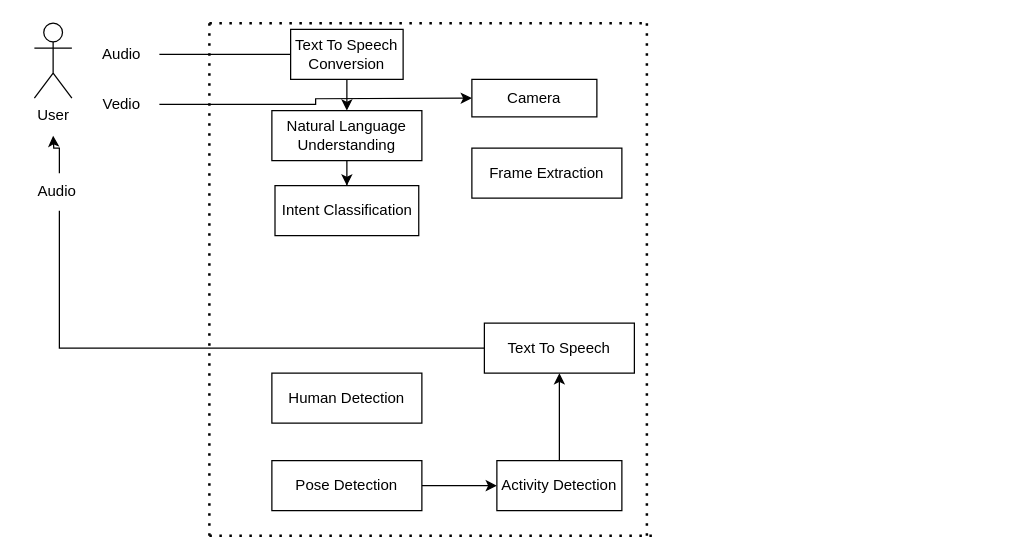
Earlier version of the draw.io diagram Untitled Diagram.drawio (ahmad2001hotmailyahoo/ahmad-arc). Source tidied: cells renumbered, new cells numbered last; positions are measured from the earlier drawing's top-left corner, leaving out a move shared by most shapes. Both pictures are drawn from the tidied source at 125%, with x=0, y=0 at pixel (21, 22).
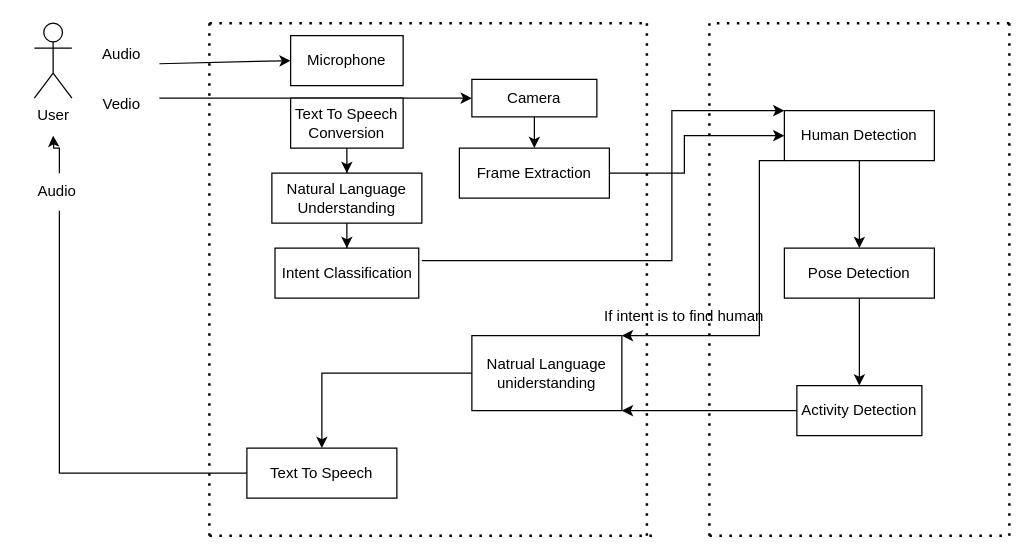
The same page after the edit.

The change refers to these unchanged cells:
```xml
<mxCell id="4" value="Audio" style="text;html=1;strokeColor=none;fillColor=none;align=center;verticalAlign=middle;whiteSpace=wrap;rounded=0;" parent="1" vertex="1">
  <mxGeometry x="50" y="10" width="60" height="30" as="geometry" />
</mxCell>
<mxCell id="6" value="Vedio" style="text;html=1;strokeColor=none;fillColor=none;align=center;verticalAlign=middle;whiteSpace=wrap;rounded=0;" parent="1" vertex="1">
  <mxGeometry x="50" y="50" width="60" height="30" as="geometry" />
</mxCell>
<mxCell id="26" value="Camera&lt;br&gt;" style="rounded=0;whiteSpace=wrap;html=1;" parent="1" vertex="1">
  <mxGeometry x="360" y="45" width="100" height="30" as="geometry" />
</mxCell>
```

The edit, as a diff of the source:
```diff
@@
-    <mxCell id="3" style="edgeStyle=orthogonalEdgeStyle;rounded=0;jettySize=auto;html=1;entryX=0;entryY=0.5;entryDx=0;entryDy=0;" parent="1" edge="1" source="4" target="8">
-      <mxGeometry relative="1" as="geometry">
-        <Array as="points">
-          <mxPoint x="300" y="25" />
-        </Array>
-      </mxGeometry>
-    </mxCell>
@@
     <mxCell id="5" style="edgeStyle=orthogonalEdgeStyle;rounded=0;jettySize=auto;html=1;" parent="1" edge="1" source="6">
       <mxGeometry relative="1" as="geometry">
         <mxPoint x="360" y="60" as="targetPoint" />
+        <Array as="points">
+          <mxPoint x="180" y="60" />
+          <mxPoint x="180" y="60" />
+        </Array>
       </mxGeometry>
     </mxCell>
@@
     <mxCell id="8" value="Text To Speech Conversion" style="rounded=0;whiteSpace=wrap;html=1;" parent="1" vertex="1">
-      <mxGeometry x="215" y="5" width="90" height="40" as="geometry" />
+      <mxGeometry x="215" y="60" width="90" height="40" as="geometry" />
     </mxCell>
     <mxCell id="9" value="Intent Classification" style="whiteSpace=wrap;html=1;" parent="1" vertex="1">
-      <mxGeometry x="202.5" y="130" width="115" height="40" as="geometry" />
+      <mxGeometry x="202.5" y="180" width="115" height="40" as="geometry" />
     </mxCell>
     <mxCell id="10" value="Frame Extraction" style="whiteSpace=wrap;html=1;" parent="1" vertex="1">
-      <mxGeometry x="360" y="100" width="120" height="40" as="geometry" />
+      <mxGeometry x="350" y="100" width="120" height="40" as="geometry" />
     </mxCell>
@@
     <mxCell id="12" value="Natural Language Understanding" style="rounded=0;whiteSpace=wrap;html=1;" parent="1" vertex="1">
-      <mxGeometry x="200" y="70" width="120" height="40" as="geometry" />
+      <mxGeometry x="200" y="120" width="120" height="40" as="geometry" />
     </mxCell>
     <mxCell id="13" value="Human Detection" style="whiteSpace=wrap;html=1;" parent="1" vertex="1">
-      <mxGeometry x="200" y="280" width="120" height="40" as="geometry" />
+      <mxGeometry x="610" y="70" width="120" height="40" as="geometry" />
     </mxCell>
@@
     <mxCell id="15" value="Pose Detection" style="whiteSpace=wrap;html=1;" parent="1" vertex="1">
-      <mxGeometry x="200" y="350" width="120" height="40" as="geometry" />
+      <mxGeometry x="610" y="180" width="120" height="40" as="geometry" />
     </mxCell>
-    <mxCell id="16" style="edgeStyle=orthogonalEdgeStyle;rounded=0;jettySize=auto;html=1;" parent="1" edge="1" source="17" target="19">
+    <mxCell id="16" style="edgeStyle=orthogonalEdgeStyle;rounded=0;jettySize=auto;html=1;exitX=0;exitY=0.5;exitDx=0;exitDy=0;" parent="1" edge="1" source="37" target="19">
       <mxGeometry relative="1" as="geometry" />
     </mxCell>
     <mxCell id="17" value="Activity Detection" style="whiteSpace=wrap;html=1;" parent="1" vertex="1">
-      <mxGeometry x="380" y="350" width="100" height="40" as="geometry" />
+      <mxGeometry x="620" y="290" width="100" height="40" as="geometry" />
     </mxCell>
@@
     <mxCell id="19" value="Text To Speech&lt;br&gt;" style="whiteSpace=wrap;html=1;" parent="1" vertex="1">
-      <mxGeometry x="370" y="240" width="120" height="40" as="geometry" />
+      <mxGeometry x="180" y="340" width="120" height="40" as="geometry" />
     </mxCell>
@@
+    <mxCell id="27" style="endArrow=classic;html=1;rounded=0;exitX=0.5;exitY=1;exitDx=0;exitDy=0;entryX=0.5;entryY=0;entryDx=0;entryDy=0;" parent="1" edge="1" source="26" target="10">
+      <mxGeometry relative="1" as="geometry" />
+    </mxCell>
+    <mxCell id="28" value="Microphone" style="rounded=0;whiteSpace=wrap;html=1;" parent="1" vertex="1">
+      <mxGeometry x="215" y="10" width="90" height="40" as="geometry" />
+    </mxCell>
+    <mxCell id="29" style="endArrow=classic;html=1;rounded=0;exitX=1;exitY=0.75;exitDx=0;exitDy=0;entryX=0;entryY=0.5;entryDx=0;entryDy=0;" parent="1" edge="1" source="4" target="28">
+      <mxGeometry relative="1" as="geometry" />
+    </mxCell>
+    <mxCell id="30" style="endArrow=none;dashed=1;html=1;dashPattern=1 3;strokeWidth=2;rounded=0;" parent="1" edge="1">
+      <mxGeometry relative="1" as="geometry">
+        <mxPoint x="550" y="410" as="sourcePoint" />
+        <mxPoint x="550" as="targetPoint" />
+      </mxGeometry>
+    </mxCell>
+    <mxCell id="31" style="endArrow=none;dashed=1;html=1;dashPattern=1 3;strokeWidth=2;rounded=0;" parent="1" edge="1">
+      <mxGeometry relative="1" as="geometry">
+        <mxPoint x="790" y="410" as="sourcePoint" />
+        <mxPoint x="790" as="targetPoint" />
+      </mxGeometry>
+    </mxCell>
+    <mxCell id="32" style="endArrow=none;dashed=1;html=1;dashPattern=1 3;strokeWidth=2;rounded=0;" parent="1" edge="1">
+      <mxGeometry relative="1" as="geometry">
+        <mxPoint x="550" y="410" as="sourcePoint" />
+        <mxPoint x="790" y="410" as="targetPoint" />
+      </mxGeometry>
+    </mxCell>
+    <mxCell id="33" style="endArrow=none;dashed=1;html=1;dashPattern=1 3;strokeWidth=2;rounded=0;" parent="1" edge="1">
+      <mxGeometry relative="1" as="geometry">
+        <mxPoint x="790" as="sourcePoint" />
+        <mxPoint x="550" as="targetPoint" />
+      </mxGeometry>
+    </mxCell>
+    <mxCell id="34" style="endArrow=classic;html=1;rounded=0;exitX=0.5;exitY=1;exitDx=0;exitDy=0;entryX=0.5;entryY=0;entryDx=0;entryDy=0;" parent="1" edge="1" source="13" target="15">
+      <mxGeometry relative="1" as="geometry" />
+    </mxCell>
+    <mxCell id="35" style="endArrow=classic;html=1;rounded=0;exitX=1;exitY=0.5;exitDx=0;exitDy=0;entryX=0;entryY=0.5;entryDx=0;entryDy=0;" parent="1" edge="1" source="10" target="13">
+      <mxGeometry relative="1" as="geometry">
+        <Array as="points">
+          <mxPoint x="530" y="120" />
+          <mxPoint x="530" y="90" />
+        </Array>
+      </mxGeometry>
+    </mxCell>
+    <mxCell id="36" style="endArrow=classic;html=1;rounded=0;entryX=0;entryY=0;entryDx=0;entryDy=0;" parent="1" edge="1" target="13">
+      <mxGeometry relative="1" as="geometry">
+        <mxPoint x="320" y="190" as="sourcePoint" />
+        <Array as="points">
+          <mxPoint x="520" y="190" />
+          <mxPoint x="520" y="70" />
+        </Array>
+      </mxGeometry>
+    </mxCell>
+    <mxCell id="37" value="Natrual Language uniderstanding" style="rounded=0;whiteSpace=wrap;html=1;" parent="1" vertex="1">
+      <mxGeometry x="360" y="250" width="120" height="60" as="geometry" />
+    </mxCell>
+    <mxCell id="38" style="endArrow=classic;html=1;rounded=0;exitX=0;exitY=0.5;exitDx=0;exitDy=0;entryX=1;entryY=1;entryDx=0;entryDy=0;" parent="1" edge="1" source="17" target="37">
+      <mxGeometry relative="1" as="geometry" />
+    </mxCell>
+    <mxCell id="39" style="endArrow=classic;html=1;rounded=0;entryX=1;entryY=0;entryDx=0;entryDy=0;exitX=0;exitY=1;exitDx=0;exitDy=0;" parent="1" edge="1" source="13" target="37">
+      <mxGeometry relative="1" as="geometry">
+        <Array as="points">
+          <mxPoint x="590" y="110" />
+          <mxPoint x="590" y="250" />
+        </Array>
+      </mxGeometry>
+    </mxCell>
+    <mxCell id="40" value="If intent is to find human" style="text;html=1;strokeColor=none;fillColor=none;align=center;verticalAlign=middle;whiteSpace=wrap;rounded=0;" parent="1" vertex="1">
+      <mxGeometry x="460" y="220" width="140" height="30" as="geometry" />
+    </mxCell>
```
